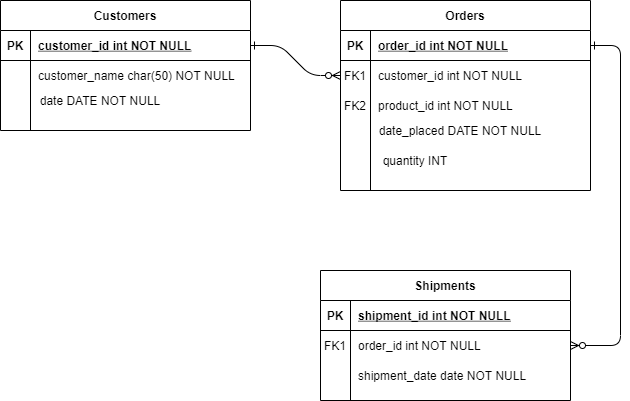
Above: ERD_Examples/ERD_EXAMPLE.png in SarahMLawrence/SQL (draw.io), before the change. Source tidied: cells renumbered, new cells last; positions are measured from the earlier drawing's top-left corner, leaving out a move shared by most shapes.
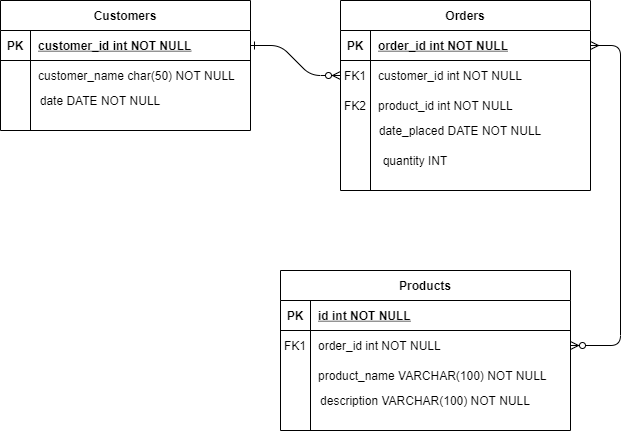
Above is the later version.

Change to the diagram source:
```diff
@@ -5,7 +5,7 @@
     <mxCell id="2" style="edgeStyle=entityRelationEdgeStyle;endArrow=ERzeroToMany;startArrow=ERone;endFill=1;startFill=0;" parent="1" edge="1" source="25" target="8">
       <mxGeometry relative="1" as="geometry" />
     </mxCell>
-    <mxCell id="3" style="edgeStyle=entityRelationEdgeStyle;endArrow=ERzeroToMany;startArrow=ERone;endFill=1;startFill=0;" parent="1" edge="1" source="5" target="18">
+    <mxCell id="3" style="edgeStyle=entityRelationEdgeStyle;endArrow=ERzeroToMany;startArrow=ERmany;endFill=1;startFill=0;" parent="1" edge="1" source="5" target="18">
       <mxGeometry relative="1" as="geometry" />
     </mxCell>
     <mxCell id="4" value="Orders" style="shape=table;startSize=30;rowLines=0;fontStyle=1;align=center;" parent="1" vertex="1">
@@ -38,35 +38,35 @@
     <mxCell id="13" value="product_id int NOT NULL" style="shape=partialRectangle;overflow=hidden;fillColor=none;top=0;left=0;bottom=0;right=0;align=left;spacingLeft=6;" parent="11" vertex="1">
       <mxGeometry x="30" width="220" height="30" as="geometry" />
     </mxCell>
-    <mxCell id="14" value="Shipments" style="shape=table;startSize=30;rowLines=0;fontStyle=1;align=center;" parent="1" vertex="1">
-      <mxGeometry x="320" y="270" width="250" height="130" as="geometry" />
+    <mxCell id="14" value="Products" style="shape=table;startSize=30;rowLines=0;fontStyle=1;align=center;" parent="1" vertex="1">
+      <mxGeometry x="280" y="270" width="290" height="160" as="geometry" />
     </mxCell>
     <mxCell id="15" style="shape=partialRectangle;fillColor=none;top=0;left=0;right=0;bottom=1;" parent="14" vertex="1">
-      <mxGeometry y="30" width="250" height="30" as="geometry" />
+      <mxGeometry y="30" width="290" height="30" as="geometry" />
     </mxCell>
     <mxCell id="16" value="PK" style="shape=partialRectangle;overflow=hidden;fillColor=none;top=0;left=0;bottom=0;right=0;fontStyle=1;" parent="15" vertex="1">
       <mxGeometry width="30" height="30" as="geometry" />
     </mxCell>
-    <mxCell id="17" value="shipment_id int NOT NULL " style="shape=partialRectangle;overflow=hidden;fillColor=none;top=0;left=0;bottom=0;right=0;align=left;spacingLeft=6;fontStyle=5;" parent="15" vertex="1">
-      <mxGeometry x="30" width="220" height="30" as="geometry" />
+    <mxCell id="17" value="id int NOT NULL" style="shape=partialRectangle;overflow=hidden;fillColor=none;top=0;left=0;bottom=0;right=0;align=left;spacingLeft=6;fontStyle=5;" parent="15" vertex="1">
+      <mxGeometry x="30" width="260" height="30" as="geometry" />
     </mxCell>
     <mxCell id="18" style="shape=partialRectangle;fillColor=none;points=[[0,0.5],[1,0.5]];portConstraint=eastwest;top=0;left=0;right=0;bottom=0;" parent="14" vertex="1">
-      <mxGeometry y="60" width="250" height="30" as="geometry" />
+      <mxGeometry y="60" width="290" height="30" as="geometry" />
     </mxCell>
     <mxCell id="19" value="FK1" style="shape=partialRectangle;overflow=hidden;fillColor=none;top=0;left=0;bottom=0;right=0;" parent="18" vertex="1">
       <mxGeometry width="30" height="30" as="geometry" />
     </mxCell>
     <mxCell id="20" value="order_id int NOT NULL" style="shape=partialRectangle;overflow=hidden;fillColor=none;top=0;left=0;bottom=0;right=0;align=left;spacingLeft=6;" parent="18" vertex="1">
-      <mxGeometry x="30" width="220" height="30" as="geometry" />
+      <mxGeometry x="30" width="260" height="30" as="geometry" />
     </mxCell>
     <mxCell id="21" style="shape=partialRectangle;fillColor=none;top=0;left=0;right=0;bottom=0;" parent="14" vertex="1">
-      <mxGeometry y="90" width="250" height="30" as="geometry" />
+      <mxGeometry y="90" width="290" height="30" as="geometry" />
     </mxCell>
     <mxCell id="22" style="shape=partialRectangle;overflow=hidden;fillColor=none;top=0;left=0;bottom=0;right=0;" parent="21" vertex="1">
       <mxGeometry width="30" height="30" as="geometry" />
     </mxCell>
-    <mxCell id="23" value="shipment_date date NOT NULL" style="shape=partialRectangle;overflow=hidden;fillColor=none;top=0;left=0;bottom=0;right=0;align=left;spacingLeft=6;" parent="21" vertex="1">
-      <mxGeometry x="30" width="220" height="30" as="geometry" />
+    <mxCell id="23" value="product_name VARCHAR(100) NOT NULL" style="shape=partialRectangle;overflow=hidden;fillColor=none;top=0;left=0;bottom=0;right=0;align=left;spacingLeft=6;" parent="21" vertex="1">
+      <mxGeometry x="30" width="260" height="30" as="geometry" />
     </mxCell>
     <mxCell id="24" value="Customers" style="shape=table;startSize=30;rowLines=0;fontStyle=1;align=center;" parent="1" vertex="1">
       <mxGeometry width="250" height="130" as="geometry" />
@@ -98,5 +98,8 @@
     <mxCell id="33" value="quantity INT" style="text;html=1;strokeColor=none;fillColor=none;align=center;verticalAlign=middle;whiteSpace=wrap;rounded=0;" parent="1" vertex="1">
       <mxGeometry x="370" y="150" width="90" height="20" as="geometry" />
     </mxCell>
+    <mxCell id="34" value="description VARCHAR(100) NOT NULL" style="text;html=1;strokeColor=none;fillColor=none;align=center;verticalAlign=middle;whiteSpace=wrap;rounded=0;" parent="1" vertex="1">
+      <mxGeometry x="300" y="390" width="250" height="20" as="geometry" />
+    </mxCell>
   </root>
 </mxGraphModel>
```
